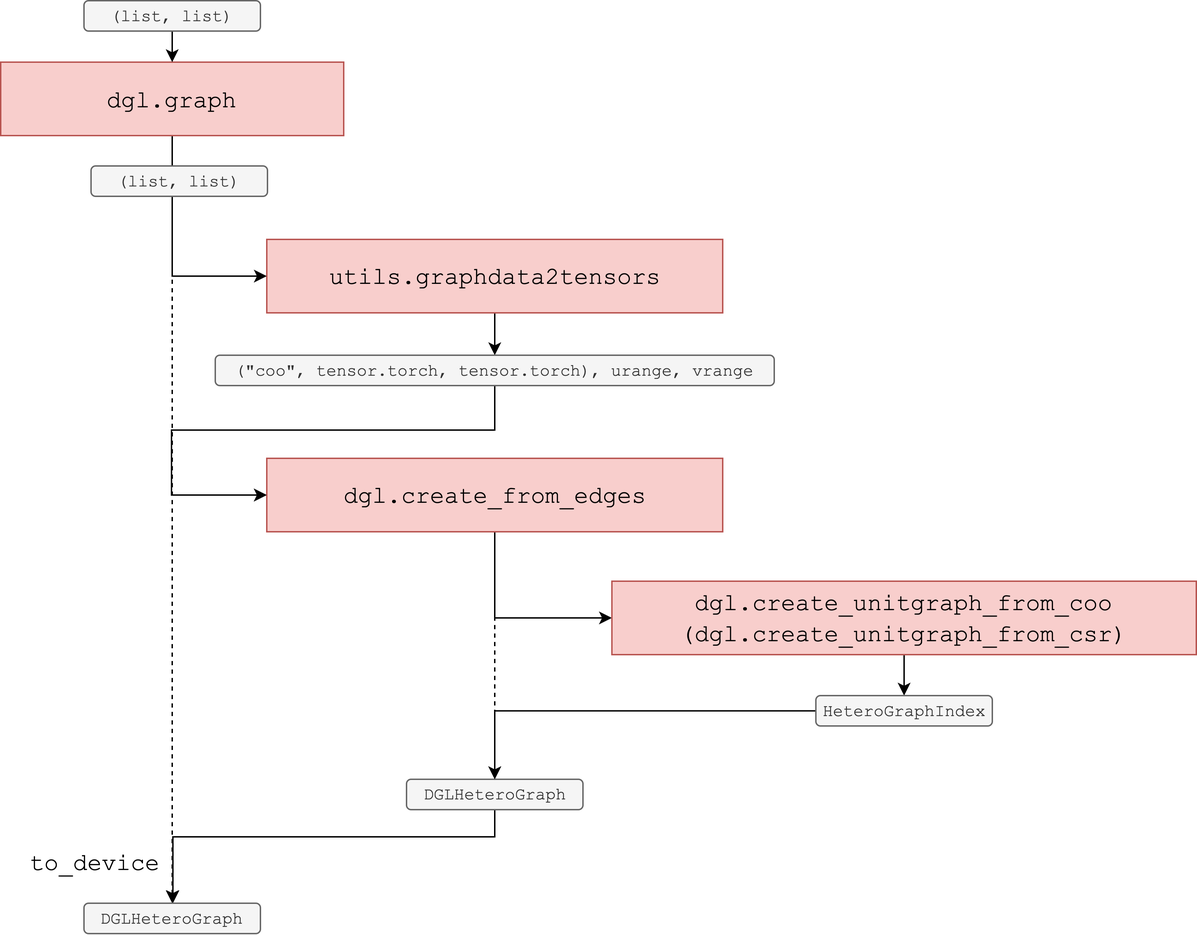
Above: sec_learning/Algorithm/GNN_DGL_Graph_Construction/pic/codeflow_param.png in zobinHuang/zobinhuang.github.io (draw.io), before the change. Source tidied: cells renumbered, new cells last; positions are measured from the earlier drawing's top-left corner, leaving out a move shared by most shapes. Its diagram source:
```xml
<mxGraphModel>
  <root>
    <mxCell id="0" />
    <mxCell id="1" parent="0" />
    <mxCell id="2" style="edgeStyle=orthogonalEdgeStyle;rounded=0;jettySize=auto;html=1;entryX=0.5;entryY=0;entryDx=0;entryDy=0;fontFamily=Courier New;fontSize=17;" parent="1" edge="1" source="3" target="15">
      <mxGeometry relative="1" as="geometry" />
    </mxCell>
    <mxCell id="3" value="&lt;font face=&quot;Courier New&quot; style=&quot;font-size: 17px;&quot;&gt;utils.graphdata2tensors&lt;/font&gt;" style="rounded=0;whiteSpace=wrap;html=1;fontStyle=0;fontSize=17;fillColor=#f8cecc;strokeColor=#b85450;" parent="1" vertex="1">
      <mxGeometry x="188.5" y="169" width="323" height="52" as="geometry" />
    </mxCell>
    <mxCell id="4" style="edgeStyle=orthogonalEdgeStyle;rounded=0;jettySize=auto;html=1;entryX=0;entryY=0.5;entryDx=0;entryDy=0;fontFamily=Courier New;fontSize=20;fillColor=#6666FF;" parent="1" edge="1" source="7" target="3">
      <mxGeometry relative="1" as="geometry" />
    </mxCell>
    <mxCell id="5" style="edgeStyle=orthogonalEdgeStyle;rounded=0;jettySize=auto;html=1;entryX=0;entryY=0.5;entryDx=0;entryDy=0;dashed=1;fontFamily=Courier New;fontSize=17;" parent="1" edge="1" source="7" target="10">
      <mxGeometry relative="1" as="geometry" />
    </mxCell>
    <mxCell id="6" style="edgeStyle=orthogonalEdgeStyle;rounded=0;jettySize=auto;html=1;dashed=1;fontFamily=Courier New;fontSize=17;" parent="1" edge="1" source="7" target="20">
      <mxGeometry relative="1" as="geometry" />
    </mxCell>
    <mxCell id="7" value="&lt;font face=&quot;Courier New&quot; style=&quot;font-size: 17px;&quot;&gt;dgl.graph&lt;/font&gt;" style="rounded=0;whiteSpace=wrap;html=1;fontStyle=0;fontSize=17;fillColor=#f8cecc;strokeColor=#b85450;" parent="1" vertex="1">
      <mxGeometry y="43.5" width="243" height="52" as="geometry" />
    </mxCell>
    <mxCell id="8" style="edgeStyle=orthogonalEdgeStyle;rounded=0;jettySize=auto;html=1;entryX=0;entryY=0.5;entryDx=0;entryDy=0;" parent="1" edge="1" source="10" target="12">
      <mxGeometry relative="1" as="geometry" />
    </mxCell>
    <mxCell id="9" style="edgeStyle=orthogonalEdgeStyle;rounded=0;jettySize=auto;html=1;entryX=0.5;entryY=0;entryDx=0;entryDy=0;fontFamily=Courier New;dashed=1;" parent="1" edge="1" source="10" target="17">
      <mxGeometry relative="1" as="geometry" />
    </mxCell>
    <mxCell id="10" value="&lt;font face=&quot;Courier New&quot; style=&quot;font-size: 17px;&quot;&gt;dgl.create_from_edges&lt;/font&gt;" style="rounded=0;whiteSpace=wrap;html=1;fontStyle=0;fontSize=17;fillColor=#f8cecc;strokeColor=#b85450;" parent="1" vertex="1">
      <mxGeometry x="188.5" y="324" width="323" height="52" as="geometry" />
    </mxCell>
    <mxCell id="11" style="edgeStyle=orthogonalEdgeStyle;rounded=0;jettySize=auto;html=1;entryX=0.5;entryY=0;entryDx=0;entryDy=0;fontFamily=Courier New;" parent="1" edge="1" source="12" target="19">
      <mxGeometry relative="1" as="geometry" />
    </mxCell>
    <mxCell id="12" value="&lt;font face=&quot;Courier New&quot; style=&quot;font-size: 17px;&quot;&gt;dgl.create_unitgraph_from_coo&lt;br style=&quot;font-size: 17px;&quot;&gt;(&lt;/font&gt;&lt;span style=&quot;font-family: &amp;quot;courier new&amp;quot;; font-size: 17px;&quot;&gt;dgl.create_unitgraph_from_csr&lt;/span&gt;&lt;font face=&quot;Courier New&quot; style=&quot;font-size: 17px;&quot;&gt;)&lt;br style=&quot;font-size: 17px;&quot;&gt;&lt;/font&gt;" style="rounded=0;whiteSpace=wrap;html=1;fontStyle=0;fontSize=17;fillColor=#f8cecc;strokeColor=#b85450;" parent="1" vertex="1">
      <mxGeometry x="433" y="411" width="414" height="52" as="geometry" />
    </mxCell>
    <mxCell id="13" value="&lt;font face=&quot;Courier New&quot;&gt;(list, list)&lt;/font&gt;" style="rounded=1;whiteSpace=wrap;html=1;fillColor=#f5f5f5;fontColor=#333333;strokeColor=#666666;" parent="1" vertex="1">
      <mxGeometry x="64" y="117" width="125" height="21.5" as="geometry" />
    </mxCell>
    <mxCell id="14" style="edgeStyle=orthogonalEdgeStyle;rounded=0;jettySize=auto;html=1;entryX=0;entryY=0.5;entryDx=0;entryDy=0;fontFamily=Courier New;fontSize=17;" parent="1" edge="1" source="15" target="10">
      <mxGeometry relative="1" as="geometry">
        <Array as="points">
          <mxPoint x="350" y="304" />
          <mxPoint x="121" y="304" />
          <mxPoint x="121" y="350" />
        </Array>
      </mxGeometry>
    </mxCell>
    <mxCell id="15" value="&lt;font face=&quot;Courier New&quot;&gt;(&quot;coo&quot;, tensor.torch, tensor.torch), urange, vrange&lt;/font&gt;" style="rounded=1;whiteSpace=wrap;html=1;fillColor=#f5f5f5;fontColor=#333333;strokeColor=#666666;" parent="1" vertex="1">
      <mxGeometry x="152" y="251" width="396" height="21.5" as="geometry" />
    </mxCell>
    <mxCell id="16" style="edgeStyle=orthogonalEdgeStyle;rounded=0;jettySize=auto;html=1;fontFamily=Courier New;fontSize=17;" parent="1" edge="1" source="17" target="20">
      <mxGeometry relative="1" as="geometry">
        <Array as="points">
          <mxPoint x="350" y="592" />
          <mxPoint x="122" y="592" />
        </Array>
      </mxGeometry>
    </mxCell>
    <mxCell id="17" value="&lt;font face=&quot;Courier New&quot;&gt;DGLHeteroGraph&lt;/font&gt;" style="rounded=1;whiteSpace=wrap;html=1;fillColor=#f5f5f5;fontColor=#333333;strokeColor=#666666;" parent="1" vertex="1">
      <mxGeometry x="287.5" y="551.2" width="125" height="21.5" as="geometry" />
    </mxCell>
    <mxCell id="18" style="edgeStyle=orthogonalEdgeStyle;rounded=0;jettySize=auto;html=1;fontFamily=Courier New;" parent="1" edge="1" source="19" target="17">
      <mxGeometry relative="1" as="geometry" />
    </mxCell>
    <mxCell id="19" value="&lt;font face=&quot;Courier New&quot;&gt;HeteroGraphIndex&lt;/font&gt;" style="rounded=1;whiteSpace=wrap;html=1;fillColor=#f5f5f5;fontColor=#333333;strokeColor=#666666;" parent="1" vertex="1">
      <mxGeometry x="577.5" y="492" width="125" height="21.5" as="geometry" />
    </mxCell>
    <mxCell id="20" value="&lt;font face=&quot;Courier New&quot;&gt;DGLHeteroGraph&lt;/font&gt;" style="rounded=1;whiteSpace=wrap;html=1;fillColor=#f5f5f5;fontColor=#333333;strokeColor=#666666;" parent="1" vertex="1">
      <mxGeometry x="59" y="639" width="125" height="21.5" as="geometry" />
    </mxCell>
    <mxCell id="21" value="to_device" style="text;html=1;strokeColor=none;fillColor=none;align=center;verticalAlign=middle;whiteSpace=wrap;rounded=0;fontFamily=Courier New;fontSize=17;" parent="1" vertex="1">
      <mxGeometry x="19" y="601" width="96" height="19" as="geometry" />
    </mxCell>
    <mxCell id="22" style="edgeStyle=orthogonalEdgeStyle;rounded=0;jettySize=auto;html=1;entryX=0.5;entryY=0;entryDx=0;entryDy=0;fontFamily=Courier New;fontSize=17;" parent="1" edge="1" source="23" target="7">
      <mxGeometry relative="1" as="geometry" />
    </mxCell>
    <mxCell id="23" value="&lt;font face=&quot;Courier New&quot;&gt;(list, list)&lt;/font&gt;" style="rounded=1;whiteSpace=wrap;html=1;fillColor=#f5f5f5;fontColor=#333333;strokeColor=#666666;" parent="1" vertex="1">
      <mxGeometry x="59" width="125" height="21.5" as="geometry" />
    </mxCell>
  </root>
</mxGraphModel>
```
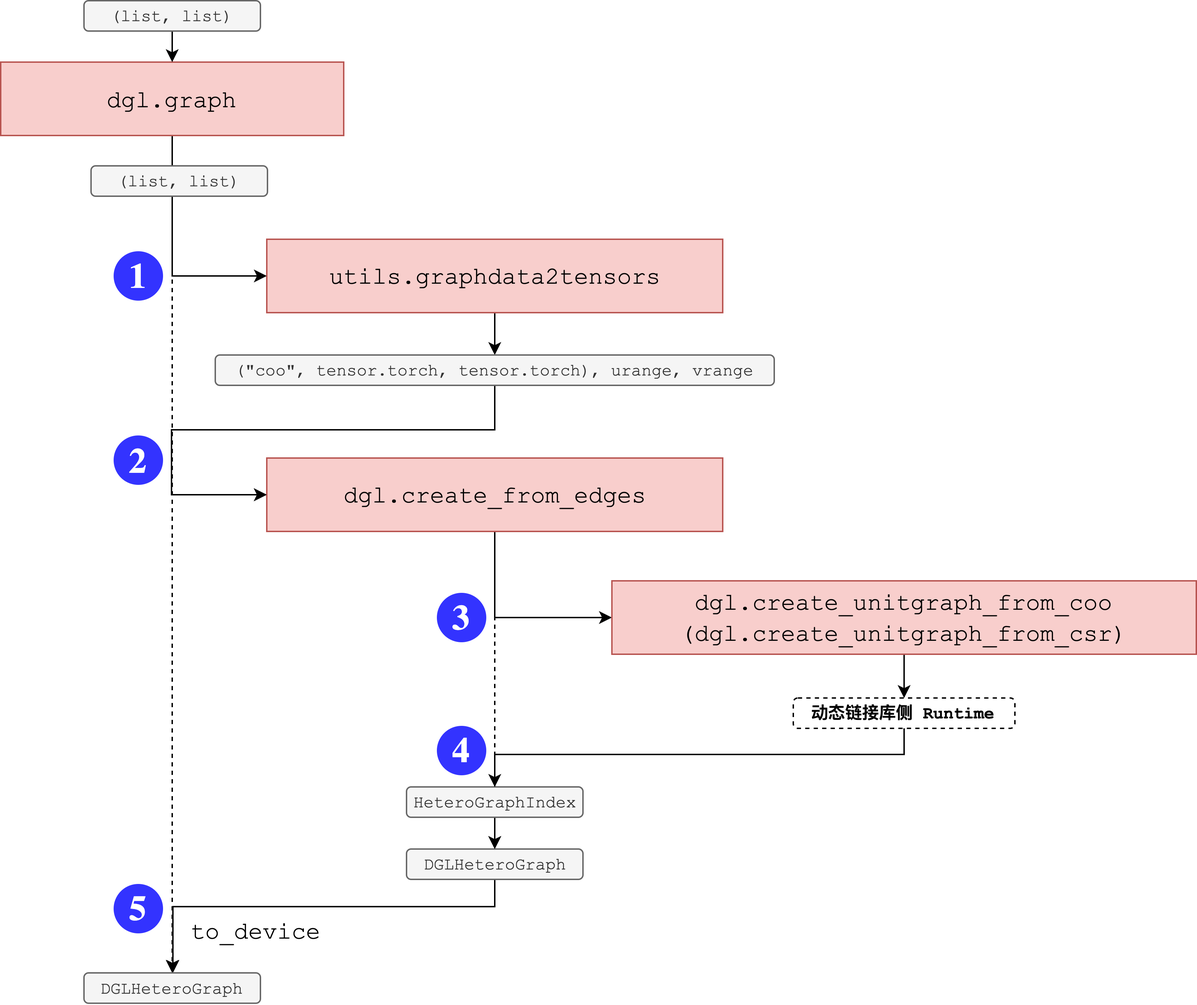
After the change.

Diff of the diagram source:
```diff
@@ -29,7 +29,7 @@
     <mxCell id="10" value="&lt;font face=&quot;Courier New&quot; style=&quot;font-size: 17px;&quot;&gt;dgl.create_from_edges&lt;/font&gt;" style="rounded=0;whiteSpace=wrap;html=1;fontStyle=0;fontSize=17;fillColor=#f8cecc;strokeColor=#b85450;" parent="1" vertex="1">
       <mxGeometry x="188.5" y="324" width="323" height="52" as="geometry" />
     </mxCell>
-    <mxCell id="11" style="edgeStyle=orthogonalEdgeStyle;rounded=0;jettySize=auto;html=1;entryX=0.5;entryY=0;entryDx=0;entryDy=0;fontFamily=Courier New;" parent="1" edge="1" source="12" target="19">
+    <mxCell id="11" style="edgeStyle=orthogonalEdgeStyle;rounded=0;jettySize=auto;html=1;fontFamily=Courier New;" parent="1" edge="1" source="12" target="30">
       <mxGeometry relative="1" as="geometry" />
     </mxCell>
     <mxCell id="12" value="&lt;font face=&quot;Courier New&quot; style=&quot;font-size: 17px;&quot;&gt;dgl.create_unitgraph_from_coo&lt;br style=&quot;font-size: 17px;&quot;&gt;(&lt;/font&gt;&lt;span style=&quot;font-family: &amp;quot;courier new&amp;quot;; font-size: 17px;&quot;&gt;dgl.create_unitgraph_from_csr&lt;/span&gt;&lt;font face=&quot;Courier New&quot; style=&quot;font-size: 17px;&quot;&gt;)&lt;br style=&quot;font-size: 17px;&quot;&gt;&lt;/font&gt;" style="rounded=0;whiteSpace=wrap;html=1;fontStyle=0;fontSize=17;fillColor=#f8cecc;strokeColor=#b85450;" parent="1" vertex="1">
@@ -53,25 +53,25 @@
     <mxCell id="16" style="edgeStyle=orthogonalEdgeStyle;rounded=0;jettySize=auto;html=1;fontFamily=Courier New;fontSize=17;" parent="1" edge="1" source="17" target="20">
       <mxGeometry relative="1" as="geometry">
         <Array as="points">
-          <mxPoint x="350" y="592" />
-          <mxPoint x="122" y="592" />
+          <mxPoint x="350" y="641.8" />
+          <mxPoint x="122" y="641.8" />
         </Array>
       </mxGeometry>
     </mxCell>
     <mxCell id="17" value="&lt;font face=&quot;Courier New&quot;&gt;DGLHeteroGraph&lt;/font&gt;" style="rounded=1;whiteSpace=wrap;html=1;fillColor=#f5f5f5;fontColor=#333333;strokeColor=#666666;" parent="1" vertex="1">
-      <mxGeometry x="287.5" y="551.2" width="125" height="21.5" as="geometry" />
+      <mxGeometry x="287.5" y="601" width="125" height="21.5" as="geometry" />
     </mxCell>
     <mxCell id="18" style="edgeStyle=orthogonalEdgeStyle;rounded=0;jettySize=auto;html=1;fontFamily=Courier New;" parent="1" edge="1" source="19" target="17">
       <mxGeometry relative="1" as="geometry" />
     </mxCell>
     <mxCell id="19" value="&lt;font face=&quot;Courier New&quot;&gt;HeteroGraphIndex&lt;/font&gt;" style="rounded=1;whiteSpace=wrap;html=1;fillColor=#f5f5f5;fontColor=#333333;strokeColor=#666666;" parent="1" vertex="1">
-      <mxGeometry x="577.5" y="492" width="125" height="21.5" as="geometry" />
+      <mxGeometry x="287.5" y="557" width="125" height="21.5" as="geometry" />
     </mxCell>
     <mxCell id="20" value="&lt;font face=&quot;Courier New&quot;&gt;DGLHeteroGraph&lt;/font&gt;" style="rounded=1;whiteSpace=wrap;html=1;fillColor=#f5f5f5;fontColor=#333333;strokeColor=#666666;" parent="1" vertex="1">
-      <mxGeometry x="59" y="639" width="125" height="21.5" as="geometry" />
+      <mxGeometry x="59" y="688.8" width="125" height="21.5" as="geometry" />
     </mxCell>
     <mxCell id="21" value="to_device" style="text;html=1;strokeColor=none;fillColor=none;align=center;verticalAlign=middle;whiteSpace=wrap;rounded=0;fontFamily=Courier New;fontSize=17;" parent="1" vertex="1">
-      <mxGeometry x="19" y="601" width="96" height="19" as="geometry" />
+      <mxGeometry x="133" y="650.8" width="96" height="19" as="geometry" />
     </mxCell>
     <mxCell id="22" style="edgeStyle=orthogonalEdgeStyle;rounded=0;jettySize=auto;html=1;entryX=0.5;entryY=0;entryDx=0;entryDy=0;fontFamily=Courier New;fontSize=17;" parent="1" edge="1" source="23" target="7">
       <mxGeometry relative="1" as="geometry" />
@@ -79,5 +79,31 @@
     <mxCell id="23" value="&lt;font face=&quot;Courier New&quot;&gt;(list, list)&lt;/font&gt;" style="rounded=1;whiteSpace=wrap;html=1;fillColor=#f5f5f5;fontColor=#333333;strokeColor=#666666;" parent="1" vertex="1">
       <mxGeometry x="59" width="125" height="21.5" as="geometry" />
     </mxCell>
+    <mxCell id="24" value="&lt;font style=&quot;font-size: 25px&quot;&gt;1&lt;/font&gt;" style="ellipse;whiteSpace=wrap;html=1;fontStyle=1;fontFamily=Lucida Console;fontColor=#FFFFFF;fillColor=#3333FF;strokeColor=none;" parent="1" vertex="1">
+      <mxGeometry x="80" y="177.5" width="35" height="35" as="geometry" />
+    </mxCell>
+    <mxCell id="25" value="&lt;font style=&quot;font-size: 25px&quot;&gt;2&lt;/font&gt;" style="ellipse;whiteSpace=wrap;html=1;fontStyle=1;fontFamily=Lucida Console;fontColor=#FFFFFF;fillColor=#3333FF;strokeColor=none;" parent="1" vertex="1">
+      <mxGeometry x="80" y="308" width="35" height="35" as="geometry" />
+    </mxCell>
+    <mxCell id="26" value="&lt;font style=&quot;font-size: 25px&quot;&gt;3&lt;/font&gt;" style="ellipse;whiteSpace=wrap;html=1;fontStyle=1;fontFamily=Lucida Console;fontColor=#FFFFFF;fillColor=#3333FF;strokeColor=none;" parent="1" vertex="1">
+      <mxGeometry x="309" y="419.5" width="35" height="35" as="geometry" />
+    </mxCell>
+    <mxCell id="27" value="&lt;font style=&quot;font-size: 25px&quot;&gt;4&lt;/font&gt;" style="ellipse;whiteSpace=wrap;html=1;fontStyle=1;fontFamily=Lucida Console;fontColor=#FFFFFF;fillColor=#3333FF;strokeColor=none;" parent="1" vertex="1">
+      <mxGeometry x="309" y="513.8" width="35" height="35" as="geometry" />
+    </mxCell>
+    <mxCell id="28" value="&lt;font style=&quot;font-size: 25px&quot;&gt;5&lt;/font&gt;" style="ellipse;whiteSpace=wrap;html=1;fontStyle=1;fontFamily=Lucida Console;fontColor=#FFFFFF;fillColor=#3333FF;strokeColor=none;" parent="1" vertex="1">
+      <mxGeometry x="80" y="625.8" width="35" height="35" as="geometry" />
+    </mxCell>
+    <mxCell id="29" style="edgeStyle=orthogonalEdgeStyle;rounded=0;jettySize=auto;html=1;fontFamily=Lucida Console;fontSize=25;fontColor=#FFFFFF;" parent="1" edge="1" source="30" target="19">
+      <mxGeometry relative="1" as="geometry">
+        <Array as="points">
+          <mxPoint x="640" y="534" />
+          <mxPoint x="350" y="534" />
+        </Array>
+      </mxGeometry>
+    </mxCell>
+    <mxCell id="30" value="&lt;font face=&quot;Courier New&quot;&gt;动态链接库侧 Runtime&lt;/font&gt;" style="rounded=1;whiteSpace=wrap;html=1;fontStyle=1;dashed=1;" parent="1" vertex="1">
+      <mxGeometry x="561.5" y="494" width="157" height="21.5" as="geometry" />
+    </mxCell>
   </root>
 </mxGraphModel>
```
